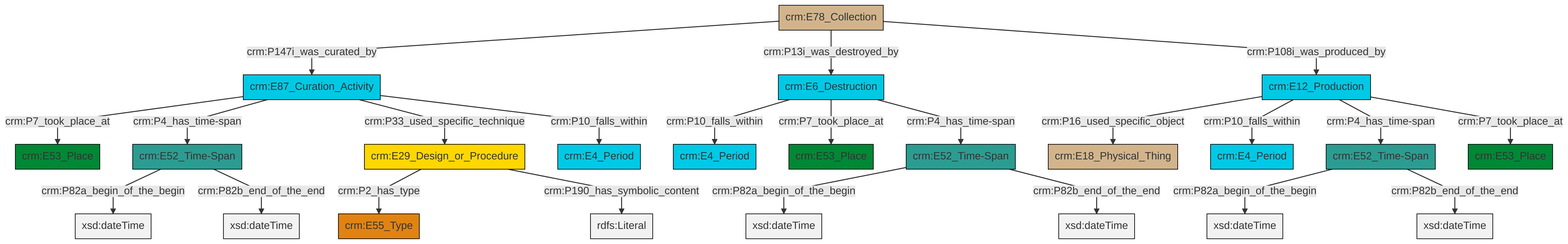
This is et/archivalCSV/ttl/mmd/png/archival_existence.png from swiss-art-research-net/docs.swissartresearch, a Mermaid export, as it was before one commit. Its source is kept beside it as et/archivalCSV/ttl/mmd/archival_existence.ttl.mmd.
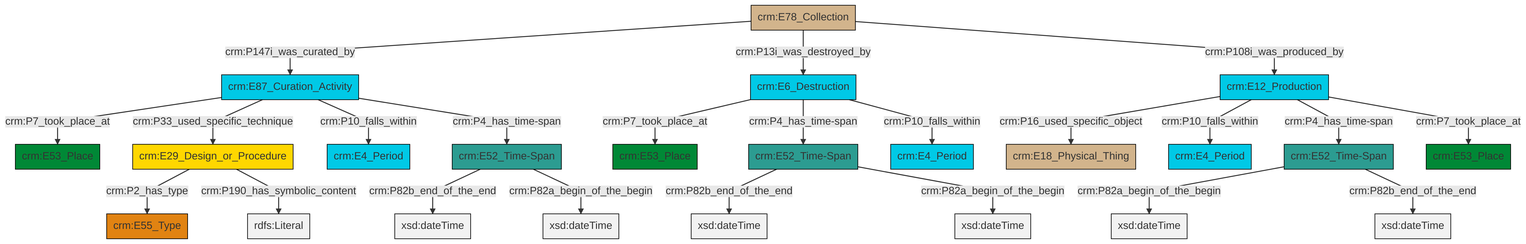
The same file after the commit.

What changed in the source:
```diff
@@ -13,25 +13,25 @@
 classDef PC_Classes fill:#4ce600, stroke:#000000;
 classDef Multi fill:#cccccc,stroke:#000000;
 
-0["crm:E6_Destruction"]:::Temporal_Entity -->|crm:P10_falls_within| 1["crm:E4_Period"]:::Temporal_Entity
-2["crm:E78_Collection"]:::Physical_Thing -->|crm:P147i_was_curated_by| 3["crm:E87_Curation_Activity"]:::Temporal_Entity
-7["crm:E52_Time-Span"]:::Time-Span -->|crm:P82a_begin_of_the_begin| 8[xsd:dateTime]:::Literal
-2["crm:E78_Collection"]:::Physical_Thing -->|crm:P13i_was_destroyed_by| 0["crm:E6_Destruction"]:::Temporal_Entity
-0["crm:E6_Destruction"]:::Temporal_Entity -->|crm:P7_took_place_at| 4["crm:E53_Place"]:::Place
-2["crm:E78_Collection"]:::Physical_Thing -->|crm:P108i_was_produced_by| 11["crm:E12_Production"]:::Temporal_Entity
-9["crm:E29_Design_or_Procedure"]:::Conceptual_Object -->|crm:P2_has_type| 12["crm:E55_Type"]:::Type
-13["crm:E52_Time-Span"]:::Time-Span -->|crm:P82a_begin_of_the_begin| 14[xsd:dateTime]:::Literal
-15["crm:E52_Time-Span"]:::Time-Span -->|crm:P82a_begin_of_the_begin| 16[xsd:dateTime]:::Literal
-15["crm:E52_Time-Span"]:::Time-Span -->|crm:P82b_end_of_the_end| 21[xsd:dateTime]:::Literal
-7["crm:E52_Time-Span"]:::Time-Span -->|crm:P82b_end_of_the_end| 22[xsd:dateTime]:::Literal
-9["crm:E29_Design_or_Procedure"]:::Conceptual_Object -->|crm:P190_has_symbolic_content| 24[rdfs:Literal]:::Literal
-3["crm:E87_Curation_Activity"]:::Temporal_Entity -->|crm:P7_took_place_at| 29["crm:E53_Place"]:::Place
-13["crm:E52_Time-Span"]:::Time-Span -->|crm:P82b_end_of_the_end| 32[xsd:dateTime]:::Literal
-11["crm:E12_Production"]:::Temporal_Entity -->|crm:P16_used_specific_object| 33["crm:E18_Physical_Thing"]:::Physical_Thing
-3["crm:E87_Curation_Activity"]:::Temporal_Entity -->|crm:P4_has_time-span| 7["crm:E52_Time-Span"]:::Time-Span
-11["crm:E12_Production"]:::Temporal_Entity -->|crm:P10_falls_within| 18["crm:E4_Period"]:::Temporal_Entity
-0["crm:E6_Destruction"]:::Temporal_Entity -->|crm:P4_has_time-span| 13["crm:E52_Time-Span"]:::Time-Span
-11["crm:E12_Production"]:::Temporal_Entity -->|crm:P4_has_time-span| 15["crm:E52_Time-Span"]:::Time-Span
-3["crm:E87_Curation_Activity"]:::Temporal_Entity -->|crm:P33_used_specific_technique| 9["crm:E29_Design_or_Procedure"]:::Conceptual_Object
-3["crm:E87_Curation_Activity"]:::Temporal_Entity -->|crm:P10_falls_within| 27["crm:E4_Period"]:::Temporal_Entity
-11["crm:E12_Production"]:::Temporal_Entity -->|crm:P7_took_place_at| 25["crm:E53_Place"]:::Place
+6["crm:E87_Curation_Activity"]:::Temporal_Entity -->|crm:P7_took_place_at| 0["crm:E53_Place"]:::Place
+6["crm:E87_Curation_Activity"]:::Temporal_Entity -->|crm:P33_used_specific_technique| 13["crm:E29_Design_or_Procedure"]:::Conceptual_Object
+11["crm:E78_Collection"]:::Physical_Thing -->|crm:P147i_was_curated_by| 6["crm:E87_Curation_Activity"]:::Temporal_Entity
+4["crm:E6_Destruction"]:::Temporal_Entity -->|crm:P7_took_place_at| 19["crm:E53_Place"]:::Place
+11["crm:E78_Collection"]:::Physical_Thing -->|crm:P13i_was_destroyed_by| 4["crm:E6_Destruction"]:::Temporal_Entity
+20["crm:E52_Time-Span"]:::Time-Span -->|crm:P82b_end_of_the_end| 21[xsd:dateTime]:::Literal
+14["crm:E12_Production"]:::Temporal_Entity -->|crm:P16_used_specific_object| 7["crm:E18_Physical_Thing"]:::Physical_Thing
+14["crm:E12_Production"]:::Temporal_Entity -->|crm:P10_falls_within| 22["crm:E4_Period"]:::Temporal_Entity
+4["crm:E6_Destruction"]:::Temporal_Entity -->|crm:P4_has_time-span| 23["crm:E52_Time-Span"]:::Time-Span
+23["crm:E52_Time-Span"]:::Time-Span -->|crm:P82b_end_of_the_end| 24[xsd:dateTime]:::Literal
+4["crm:E6_Destruction"]:::Temporal_Entity -->|crm:P10_falls_within| 27["crm:E4_Period"]:::Temporal_Entity
+6["crm:E87_Curation_Activity"]:::Temporal_Entity -->|crm:P10_falls_within| 17["crm:E4_Period"]:::Temporal_Entity
+13["crm:E29_Design_or_Procedure"]:::Conceptual_Object -->|crm:P2_has_type| 25["crm:E55_Type"]:::Type
+2["crm:E52_Time-Span"]:::Time-Span -->|crm:P82a_begin_of_the_begin| 28[xsd:dateTime]:::Literal
+23["crm:E52_Time-Span"]:::Time-Span -->|crm:P82a_begin_of_the_begin| 29[xsd:dateTime]:::Literal
+6["crm:E87_Curation_Activity"]:::Temporal_Entity -->|crm:P4_has_time-span| 20["crm:E52_Time-Span"]:::Time-Span
+14["crm:E12_Production"]:::Temporal_Entity -->|crm:P4_has_time-span| 2["crm:E52_Time-Span"]:::Time-Span
+11["crm:E78_Collection"]:::Physical_Thing -->|crm:P108i_was_produced_by| 14["crm:E12_Production"]:::Temporal_Entity
+14["crm:E12_Production"]:::Temporal_Entity -->|crm:P7_took_place_at| 9["crm:E53_Place"]:::Place
+2["crm:E52_Time-Span"]:::Time-Span -->|crm:P82b_end_of_the_end| 34[xsd:dateTime]:::Literal
+20["crm:E52_Time-Span"]:::Time-Span -->|crm:P82a_begin_of_the_begin| 35[xsd:dateTime]:::Literal
+13["crm:E29_Design_or_Procedure"]:::Conceptual_Object -->|crm:P190_has_symbolic_content| 37[rdfs:Literal]:::Literal
```
